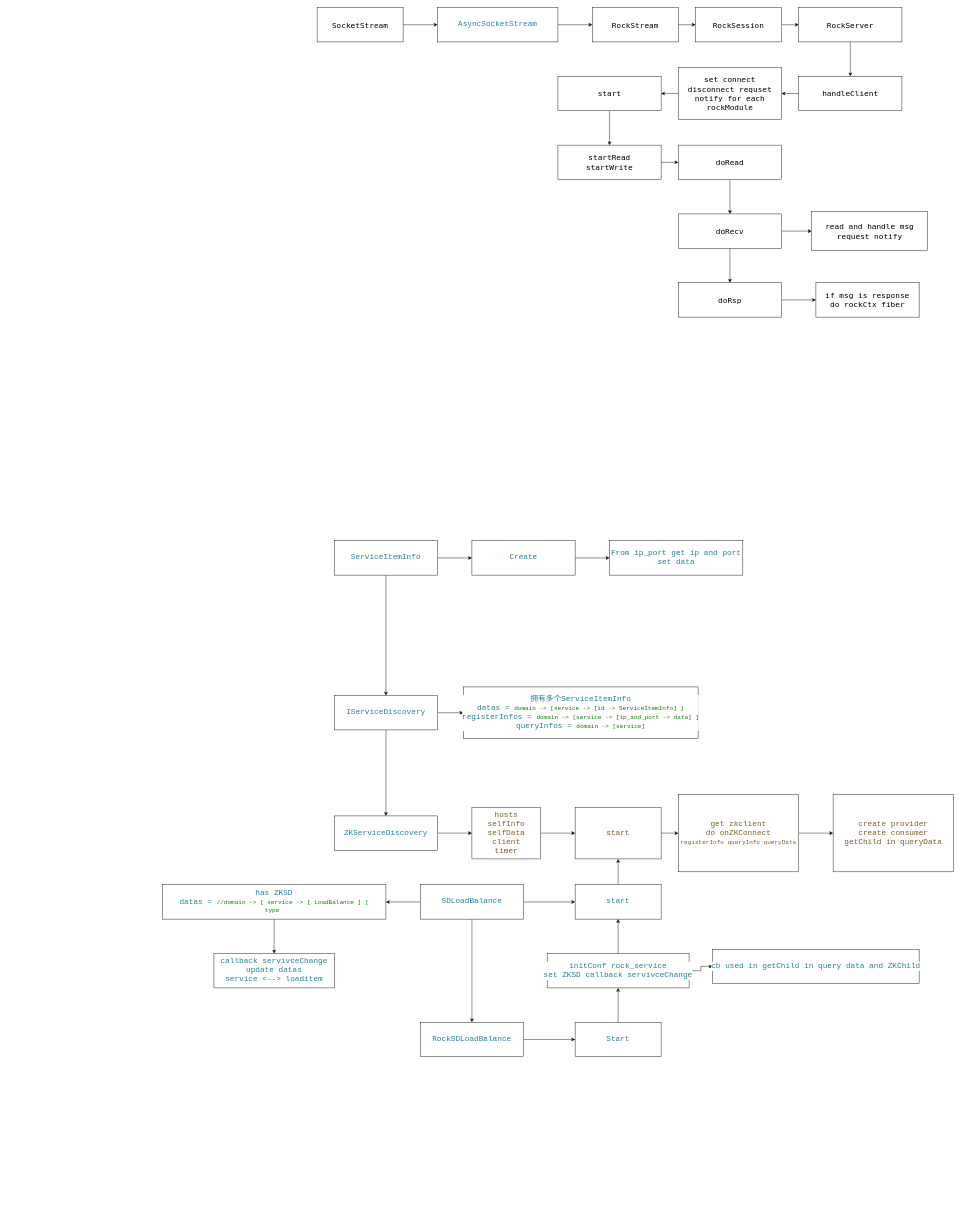
Before: rockserver.drawio in Mn258/WebServer, a draw.io diagram. Source tidied: cells renumbered, new cells numbered last; positions are measured from the earlier drawing's top-left corner, leaving out a move shared by most shapes. Both pictures are drawn from the tidied source at 43%, with x=0, y=0 at pixel (162, 7).
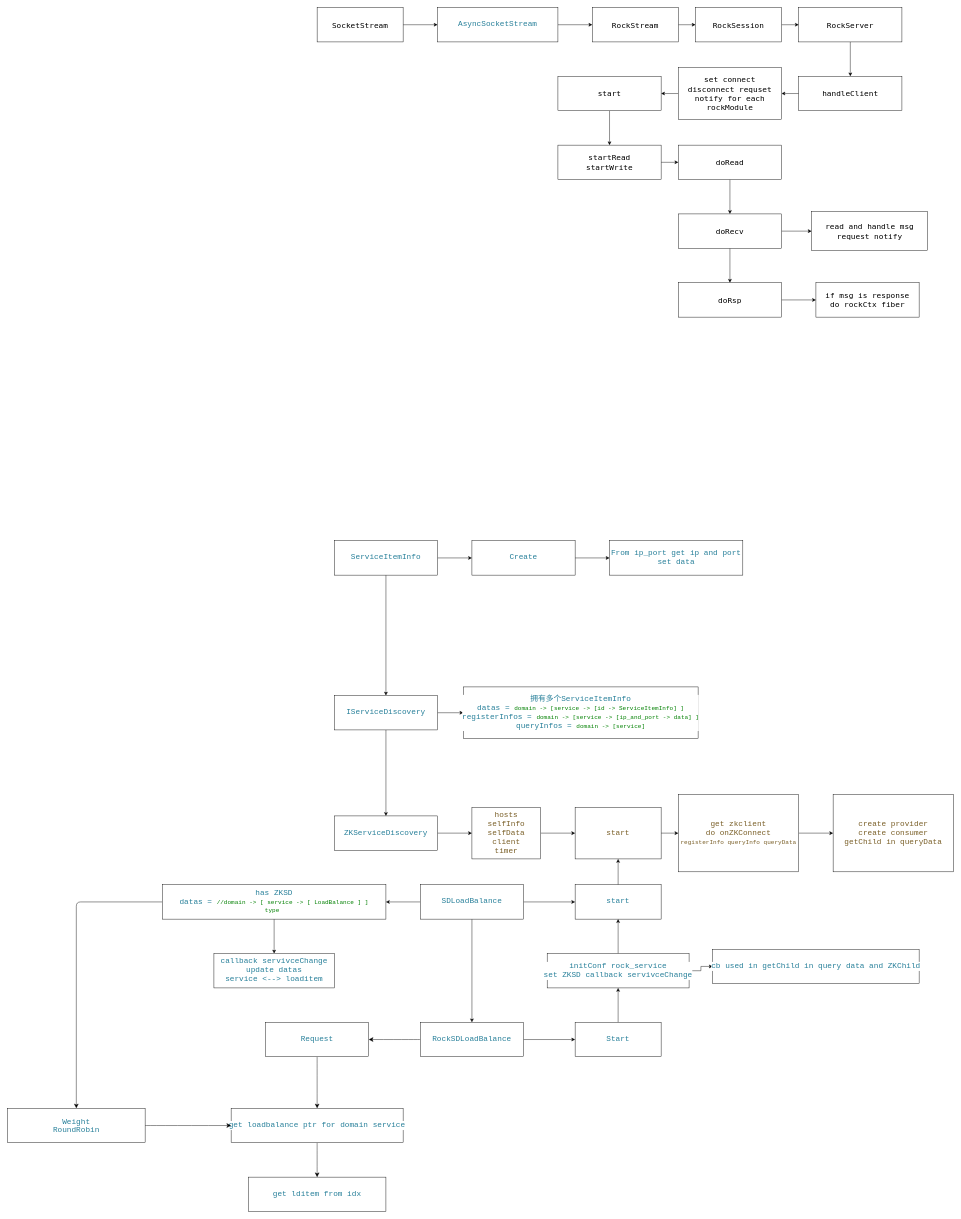
The same diagram, later.

Unchanged cells that the change refers to:
```xml
<mxCell id="38" value="&lt;div style=&quot;color: rgb(59, 59, 59); background-color: rgb(255, 255, 255); font-family: Consolas, &amp;quot;Courier New&amp;quot;, monospace; line-height: 19px; white-space: pre;&quot;&gt;&lt;div style=&quot;line-height: 19px;&quot;&gt;&lt;span style=&quot;color: rgb(38, 127, 153);&quot;&gt;&lt;font style=&quot;font-size: 18px;&quot;&gt;RockSDLoadBalance&lt;/font&gt;&lt;/span&gt;&lt;/div&gt;&lt;/div&gt;" style="rounded=0;whiteSpace=wrap;html=1;" parent="1" vertex="1">
  <mxGeometry x="600" y="2360" width="240" height="80" as="geometry" />
</mxCell>
<mxCell id="63" value="&lt;div style=&quot;background-color: rgb(255, 255, 255); font-family: Consolas, &amp;quot;Courier New&amp;quot;, monospace; line-height: 19px; white-space: pre;&quot;&gt;&lt;div style=&quot;line-height: 19px;&quot;&gt;&lt;div style=&quot;line-height: 19px;&quot;&gt;&lt;font color=&quot;#267f99&quot;&gt;&lt;span style=&quot;font-size: 18px;&quot;&gt;has ZKSD&lt;/span&gt;&lt;/font&gt;&lt;/div&gt;&lt;div style=&quot;line-height: 19px;&quot;&gt;&lt;font color=&quot;#267f99&quot;&gt;&lt;span style=&quot;font-size: 18px;&quot;&gt;datas = &lt;/span&gt;&lt;/font&gt;&lt;span style=&quot;color: rgb(0, 128, 0); font-size: 14px;&quot;&gt;//domain -&amp;gt; [ service -&amp;gt; [ LoadBalance ] ]&lt;/span&gt;&lt;/div&gt;&lt;div style=&quot;line-height: 19px;&quot;&gt;&lt;span style=&quot;color: rgb(0, 128, 0); font-size: 14px;&quot;&gt;type &lt;/span&gt;&lt;/div&gt;&lt;/div&gt;&lt;/div&gt;" style="rounded=0;whiteSpace=wrap;html=1;" parent="1" vertex="1">
  <mxGeometry y="2040" width="520" height="80" as="geometry" />
</mxCell>
```

What changed in the source:
```diff
@@
+    <mxCell id="65" style="edgeStyle=none;curved=1;rounded=0;jettySize=auto;html=1;fontSize=12;startSize=8;endSize=8;" parent="1" edge="1" source="38" target="68">
+      <mxGeometry relative="1" as="geometry" />
+    </mxCell>
@@
+    <mxCell id="66" style="edgeStyle=orthogonalEdgeStyle;rounded=1;jettySize=auto;html=1;exitX=0;exitY=0.5;exitDx=0;exitDy=0;entryX=0.5;entryY=0;entryDx=0;entryDy=0;fontSize=12;startSize=8;endSize=8;" parent="1" edge="1" source="63" target="72">
+      <mxGeometry relative="1" as="geometry" />
+    </mxCell>
@@
+    <mxCell id="67" style="edgeStyle=none;curved=1;rounded=0;jettySize=auto;html=1;fontSize=12;startSize=8;endSize=8;" parent="1" edge="1" source="68" target="70">
+      <mxGeometry relative="1" as="geometry" />
+    </mxCell>
+    <mxCell id="68" value="&lt;div style=&quot;color: rgb(59, 59, 59); background-color: rgb(255, 255, 255); font-family: Consolas, &amp;quot;Courier New&amp;quot;, monospace; line-height: 19px; white-space: pre;&quot;&gt;&lt;div style=&quot;line-height: 19px;&quot;&gt;&lt;span style=&quot;color: rgb(38, 127, 153);&quot;&gt;&lt;font style=&quot;font-size: 18px;&quot;&gt;Request&lt;/font&gt;&lt;/span&gt;&lt;/div&gt;&lt;/div&gt;" style="rounded=0;whiteSpace=wrap;html=1;" parent="1" vertex="1">
+      <mxGeometry x="240" y="2360" width="240" height="80" as="geometry" />
+    </mxCell>
+    <mxCell id="69" style="edgeStyle=none;curved=1;rounded=0;jettySize=auto;html=1;fontSize=12;startSize=8;endSize=8;" parent="1" edge="1" source="70" target="73">
+      <mxGeometry relative="1" as="geometry" />
+    </mxCell>
+    <mxCell id="70" value="&lt;div style=&quot;background-color: rgb(255, 255, 255); font-family: Consolas, &amp;quot;Courier New&amp;quot;, monospace; line-height: 19px; white-space: pre;&quot;&gt;&lt;div style=&quot;line-height: 19px;&quot;&gt;&lt;font color=&quot;#267f99&quot;&gt;&lt;span style=&quot;font-size: 18px;&quot;&gt;get loadbalance ptr for domain service&lt;/span&gt;&lt;/font&gt;&lt;/div&gt;&lt;/div&gt;" style="rounded=0;whiteSpace=wrap;html=1;" parent="1" vertex="1">
+      <mxGeometry x="160" y="2560" width="400" height="80" as="geometry" />
+    </mxCell>
+    <mxCell id="71" style="edgeStyle=none;curved=1;rounded=0;jettySize=auto;html=1;fontSize=12;startSize=8;endSize=8;" parent="1" edge="1" source="72" target="70">
+      <mxGeometry relative="1" as="geometry" />
+    </mxCell>
+    <mxCell id="72" value="&lt;div style=&quot;background-color: rgb(255, 255, 255); font-family: Consolas, &amp;quot;Courier New&amp;quot;, monospace; line-height: 19px; white-space: pre; font-size: 18px;&quot;&gt;&lt;div style=&quot;line-height: 19px;&quot;&gt;&lt;font style=&quot;font-size: 18px;&quot; color=&quot;#267f99&quot;&gt;&lt;span style=&quot;&quot;&gt;Weight&lt;/span&gt;&lt;/font&gt;&lt;/div&gt;&lt;div style=&quot;line-height: 19px;&quot;&gt;&lt;div style=&quot;color: rgb(59, 59, 59); line-height: 19px;&quot;&gt;&lt;span style=&quot;color: #267f99;&quot;&gt;RoundRobin&lt;/span&gt;&lt;/div&gt;&lt;/div&gt;&lt;/div&gt;" style="rounded=0;whiteSpace=wrap;html=1;" parent="1" vertex="1">
+      <mxGeometry x="-360" y="2560" width="320" height="80" as="geometry" />
+    </mxCell>
+    <mxCell id="73" value="&lt;div style=&quot;background-color: rgb(255, 255, 255); font-family: Consolas, &amp;quot;Courier New&amp;quot;, monospace; line-height: 19px; white-space: pre; font-size: 18px;&quot;&gt;&lt;div style=&quot;line-height: 19px;&quot;&gt;&lt;font color=&quot;#267f99&quot;&gt;get lditem from idx&lt;/font&gt;&lt;/div&gt;&lt;/div&gt;" style="rounded=0;whiteSpace=wrap;html=1;" parent="1" vertex="1">
+      <mxGeometry x="200" y="2720" width="320" height="80" as="geometry" />
+    </mxCell>
```
